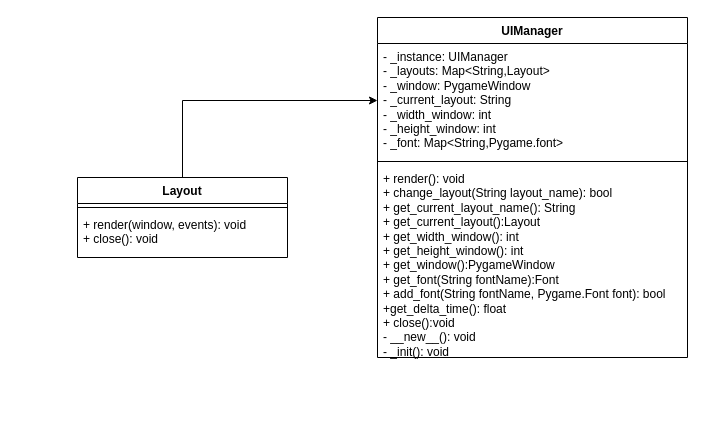
This is docs/UML/drawio/UI_Manager.drawio from Koun7z/NPG_Projekt, a draw.io file, before an edit. Source tidied: cells renumbered, new cells numbered last; positions are measured from the earlier drawing's top-left corner, leaving out a move shared by most shapes. Both pictures are drawn from the tidied source at 100%, with x=0, y=0 at pixel (77, 17).
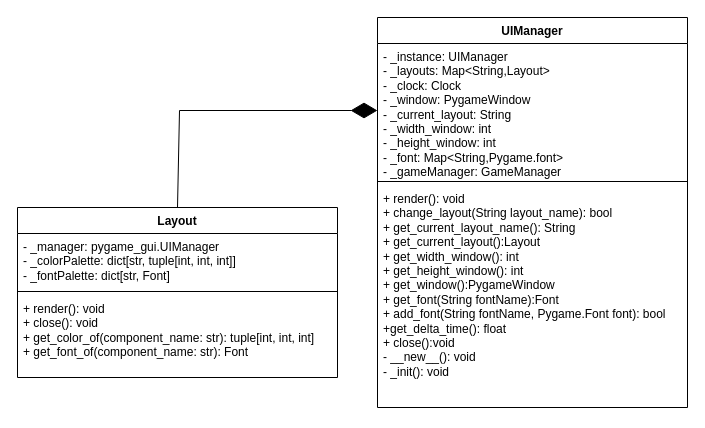
Above is the later version.

Change to the diagram source:
```diff
@@
 <mxGraphModel>
   <root>
     <mxCell id="0" />
     <mxCell id="1" parent="0" />
     <mxCell id="2" value="UIManager" style="swimlane;fontStyle=1;align=center;verticalAlign=top;horizontal=1;startSize=26;whiteSpace=wrap;html=1;" parent="1" vertex="1">
-      <mxGeometry x="300" width="310" height="340" as="geometry" />
+      <mxGeometry x="300" width="310" height="390" as="geometry" />
     </mxCell>
-    <mxCell id="3" value="&lt;div&gt;- _instance: UIManager&lt;/div&gt;- _layouts: Map&amp;lt;String,Layout&amp;gt;&lt;div&gt;- _window: PygameWindow&amp;nbsp;&lt;/div&gt;&lt;div&gt;- _current_layout: String&lt;/div&gt;&lt;div&gt;- _width_window: int&lt;/div&gt;&lt;div&gt;- _height_window: int&lt;/div&gt;&lt;div&gt;- _font: Map&amp;lt;String,Pygame.font&amp;gt;&lt;/div&gt;" style="text;strokeColor=none;fillColor=none;align=left;verticalAlign=top;spacingLeft=4;spacingRight=4;overflow=hidden;points=[[0,0.5],[1,0.5]];portConstraint=eastwest;whiteSpace=wrap;html=1;" parent="2" vertex="1">
-      <mxGeometry y="26" width="310" height="114" as="geometry" />
+    <mxCell id="3" value="&lt;div&gt;- _instance: UIManager&lt;/div&gt;- _layouts: Map&amp;lt;String,Layout&amp;gt;&lt;div&gt;- _clock: Clock&lt;br&gt;&lt;div&gt;- _window: PygameWindow&amp;nbsp;&lt;/div&gt;&lt;div&gt;- _current_layout: String&lt;/div&gt;&lt;div&gt;- _width_window: int&lt;/div&gt;&lt;div&gt;- _height_window: int&lt;/div&gt;&lt;div&gt;- _font: Map&amp;lt;String,Pygame.font&amp;gt;&lt;/div&gt;&lt;div&gt;- _gameManager: GameManager&lt;/div&gt;&lt;/div&gt;" style="text;strokeColor=none;fillColor=none;align=left;verticalAlign=top;spacingLeft=4;spacingRight=4;overflow=hidden;points=[[0,0.5],[1,0.5]];portConstraint=eastwest;whiteSpace=wrap;html=1;" parent="2" vertex="1">
+      <mxGeometry y="26" width="310" height="134" as="geometry" />
     </mxCell>
     <mxCell id="4" style="line;strokeWidth=1;fillColor=none;align=left;verticalAlign=middle;spacingTop=-1;spacingLeft=3;spacingRight=3;labelPosition=right;strokeColor=inherit;" parent="2" vertex="1">
-      <mxGeometry y="140" width="310" height="8" as="geometry" />
+      <mxGeometry y="160" width="310" height="8" as="geometry" />
     </mxCell>
     <mxCell id="5" value="&lt;div&gt;&lt;span style=&quot;background-color: initial;&quot;&gt;+ render(): void&lt;/span&gt;&lt;br&gt;&lt;/div&gt;&lt;div&gt;+ change_layout(String layout_name): bool&lt;/div&gt;&lt;div&gt;+ get_current_layout_name(): String&lt;/div&gt;&lt;div&gt;+ get_current_layout():Layout&lt;/div&gt;&lt;div&gt;+ get_width_window(): int&lt;/div&gt;&lt;div&gt;+ get_height_window(): int&lt;/div&gt;&lt;div&gt;+ get_window():PygameWindow&lt;/div&gt;&lt;div&gt;+ get_font(String fontName):Font&lt;/div&gt;&lt;div&gt;+ add_font(String fontName, Pygame.Font font): bool&lt;/div&gt;&lt;div&gt;+get_delta_time(): float&lt;/div&gt;&lt;div&gt;+ close():void&lt;/div&gt;&lt;div&gt;- __new__(): void&lt;/div&gt;&lt;div&gt;- _init(): void&lt;/div&gt;" style="text;strokeColor=none;fillColor=none;align=left;verticalAlign=top;spacingLeft=4;spacingRight=4;overflow=hidden;whiteSpace=wrap;html=1;" parent="2" vertex="1">
-      <mxGeometry y="148" width="310" height="192" as="geometry" />
+      <mxGeometry y="168" width="310" height="222" as="geometry" />
     </mxCell>
-    <mxCell id="6" style="edgeStyle=orthogonalEdgeStyle;rounded=0;jettySize=auto;html=1;entryX=0;entryY=0.5;entryDx=0;entryDy=0;" parent="1" edge="1" source="7" target="3">
-      <mxGeometry relative="1" as="geometry" />
+    <mxCell id="6" style="endArrow=diamondThin;endFill=1;endSize=24;html=1;rounded=0;entryX=0;entryY=0.5;entryDx=0;entryDy=0;exitX=0.5;exitY=0;exitDx=0;exitDy=0;" parent="1" edge="1" source="7" target="3">
+      <mxGeometry relative="1" as="geometry">
+        <Array as="points">
+          <mxPoint x="102" y="93" />
+        </Array>
+      </mxGeometry>
     </mxCell>
     <mxCell id="7" value="Layout" style="swimlane;fontStyle=1;align=center;verticalAlign=top;horizontal=1;startSize=26;whiteSpace=wrap;html=1;" parent="1" vertex="1">
-      <mxGeometry y="160" width="210" height="80" as="geometry" />
+      <mxGeometry x="-60" y="190" width="320" height="170" as="geometry" />
     </mxCell>
-    <mxCell id="8" style="line;strokeWidth=1;fillColor=none;align=left;verticalAlign=middle;spacingTop=-1;spacingLeft=3;spacingRight=3;labelPosition=right;strokeColor=inherit;" parent="7" vertex="1">
-      <mxGeometry y="26" width="210" height="8" as="geometry" />
-    </mxCell>
-    <mxCell id="9" value="+ render(window, events): void&lt;div&gt;+ close(): void&lt;/div&gt;" style="text;strokeColor=none;fillColor=none;align=left;verticalAlign=top;spacingLeft=4;spacingRight=4;overflow=hidden;whiteSpace=wrap;html=1;" parent="7" vertex="1">
-      <mxGeometry y="34" width="210" height="46" as="geometry" />
-    </mxCell>
+    <mxCell id="10" value="&lt;div&gt;- _manager: pygame_gui.UIManager&amp;nbsp;&lt;/div&gt;&lt;div&gt;- _colorPalette: dict[str, tuple[int, int, int]]&lt;/div&gt;&lt;div&gt;- _fontPalette: dict[str, Font]&lt;/div&gt;" style="text;strokeColor=none;fillColor=none;align=left;verticalAlign=top;spacingLeft=4;spacingRight=4;overflow=hidden;whiteSpace=wrap;html=1;" parent="7" vertex="1">
+      <mxGeometry y="26" width="320" height="54" as="geometry" />
+    </mxCell>
+    <mxCell id="11" style="line;strokeWidth=1;fillColor=none;align=left;verticalAlign=middle;spacingTop=-1;spacingLeft=3;spacingRight=3;labelPosition=right;strokeColor=inherit;" parent="7" vertex="1">
+      <mxGeometry y="80" width="320" height="8" as="geometry" />
+    </mxCell>
+    <mxCell id="12" value="+ render(): void&lt;div&gt;+ close(): void&lt;/div&gt;&lt;div&gt;+ get_color_of(&lt;span style=&quot;background-color: initial;&quot;&gt;component_name: str&lt;/span&gt;&lt;span style=&quot;background-color: initial;&quot;&gt;): tuple[int, int, int]&lt;/span&gt;&lt;/div&gt;&lt;div&gt;+ get_font_of(component_name: str): Font&lt;/div&gt;" style="text;strokeColor=none;fillColor=none;align=left;verticalAlign=top;spacingLeft=4;spacingRight=4;overflow=hidden;whiteSpace=wrap;html=1;" parent="7" vertex="1">
+      <mxGeometry y="88" width="320" height="82" as="geometry" />
+    </mxCell>
   </root>
 </mxGraphModel>
```
